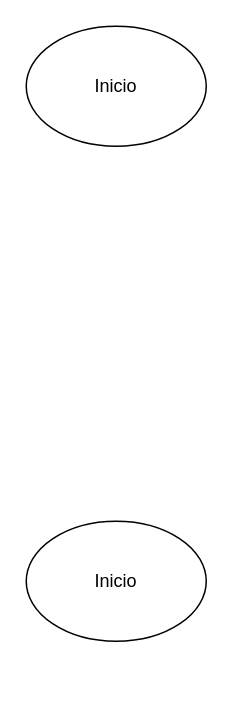
This is ComponentesDiagrama.drawio from euibarra/Proyectos1, a draw.io file, before an edit. Source tidied: cells renumbered, new cells numbered last; positions are measured from the earlier drawing's top-left corner, leaving out a move shared by most shapes. Both pictures are drawn from the tidied source at 150%, with x=0, y=0 at pixel (26, 26).
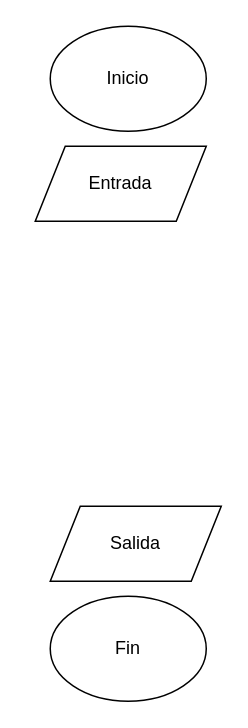
The same diagram, later.

The edit, as a diff of the source:
```diff
@@
 <mxGraphModel>
   <root>
     <mxCell id="0" />
     <mxCell id="1" parent="0" />
     <mxCell id="2" value="Inicio" style="ellipse;whiteSpace=wrap;html=1;" parent="1" vertex="1">
-      <mxGeometry width="120" height="80" as="geometry" />
+      <mxGeometry x="16" width="104" height="70" as="geometry" />
     </mxCell>
-    <mxCell id="3" value="Inicio" style="ellipse;whiteSpace=wrap;html=1;" parent="1" vertex="1">
-      <mxGeometry y="330" width="120" height="80" as="geometry" />
+    <mxCell id="3" value="Fin" style="ellipse;whiteSpace=wrap;html=1;" parent="1" vertex="1">
+      <mxGeometry x="16" y="380" width="104" height="70" as="geometry" />
     </mxCell>
+    <mxCell id="4" value="Entrada" style="shape=parallelogram;perimeter=parallelogramPerimeter;whiteSpace=wrap;html=1;fixedSize=1;" parent="1" vertex="1">
+      <mxGeometry x="6" y="80" width="114" height="50" as="geometry" />
+    </mxCell>
+    <mxCell id="5" value="Salida" style="shape=parallelogram;perimeter=parallelogramPerimeter;whiteSpace=wrap;html=1;fixedSize=1;" parent="1" vertex="1">
+      <mxGeometry x="16" y="320" width="114" height="50" as="geometry" />
+    </mxCell>
   </root>
 </mxGraphModel>
```
